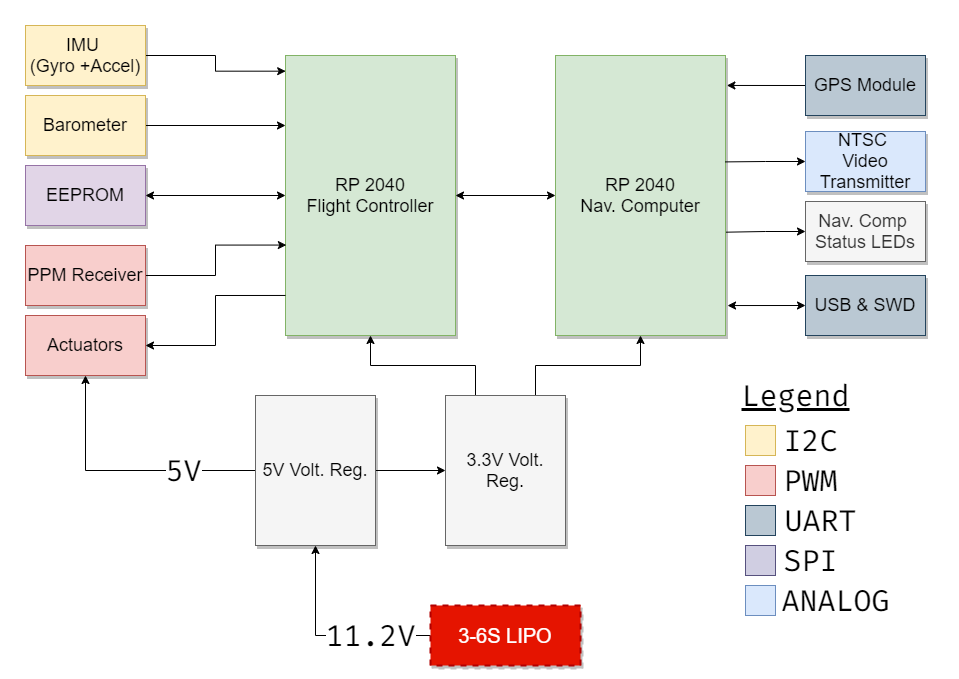
Before: my-website/docs/Hermes-rev1/_imgs/hermes_block.png, a diagram exported from draw.io (RaymondBello/my-docs). Source tidied: cells renumbered, new cells last; positions are measured from the earlier drawing's top-left corner, leaving out a move shared by most shapes.
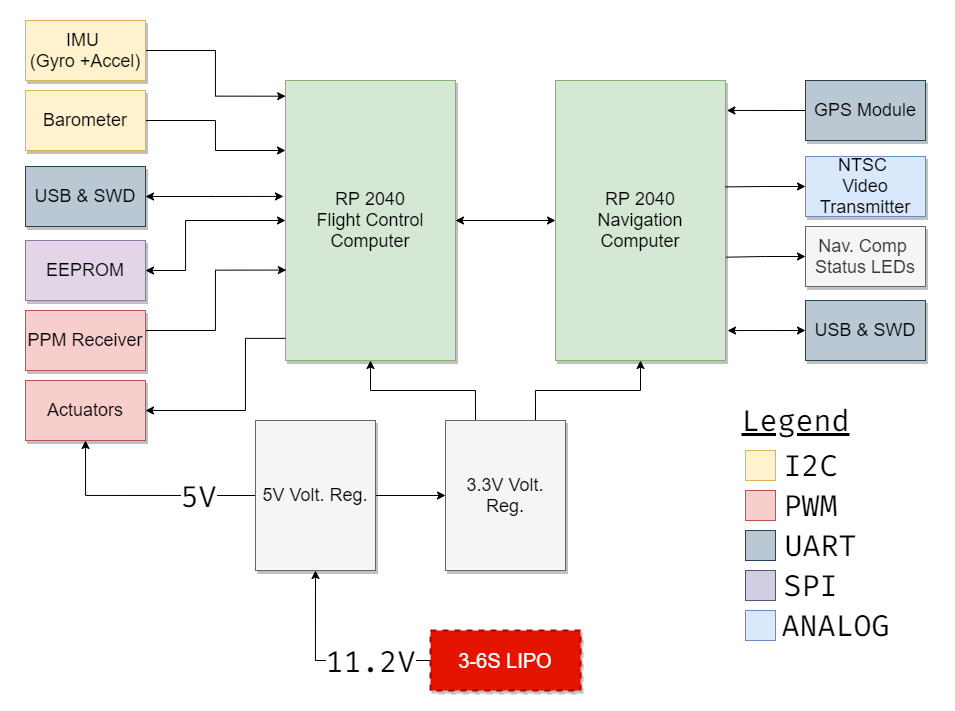
The same file after the commit.

The edit, as a diff of the source:
```diff
@@ -16,7 +16,7 @@
     <mxCell id="5" style="edgeStyle=orthogonalEdgeStyle;rounded=0;jettySize=auto;html=1;exitX=1;exitY=0.5;exitDx=0;exitDy=0;entryX=0;entryY=0.5;entryDx=0;entryDy=0;fontFamily=Fira Code;fontSource=https%3A%2F%2Ffonts.googleapis.com%2Fcss%3Ffamily%3DFira%2BCode;fontSize=30;startArrow=classic;startFill=1;endArrow=classic;endFill=1;strokeWidth=1;" parent="1" edge="1" source="6" target="19">
       <mxGeometry relative="1" as="geometry" />
     </mxCell>
-    <mxCell id="6" value="RP 2040&lt;br&gt;Flight Controller" style="whiteSpace=wrap;html=1;shadow=1;fontSize=18;fillColor=#d5e8d4;strokeColor=#82b366;" parent="1" vertex="1">
+    <mxCell id="6" value="RP 2040&lt;br&gt;Flight Control Computer" style="whiteSpace=wrap;html=1;shadow=1;fontSize=18;fillColor=#d5e8d4;strokeColor=#82b366;" parent="1" vertex="1">
       <mxGeometry x="260" y="30" width="170" height="280" as="geometry" />
     </mxCell>
     <mxCell id="7" style="edgeStyle=orthogonalEdgeStyle;rounded=0;jettySize=auto;html=1;exitX=0;exitY=0.5;exitDx=0;exitDy=0;entryX=1.008;entryY=0.107;entryDx=0;entryDy=0;entryPerimeter=0;fontFamily=Fira Code;fontSource=https%3A%2F%2Ffonts.googleapis.com%2Fcss%3Ffamily%3DFira%2BCode;fontSize=30;startArrow=none;startFill=0;endArrow=classic;endFill=1;strokeWidth=1;" parent="1" edge="1" source="8" target="19">
@@ -26,16 +26,21 @@
       <mxGeometry x="780" y="30" width="120" height="60" as="geometry" />
     </mxCell>
     <mxCell id="9" style="edgeStyle=orthogonalEdgeStyle;rounded=0;jettySize=auto;html=1;exitX=1;exitY=0.5;exitDx=0;exitDy=0;entryX=0;entryY=0.5;entryDx=0;entryDy=0;startArrow=classic;startFill=1;" parent="1" edge="1" source="10" target="6">
-      <mxGeometry relative="1" as="geometry" />
+      <mxGeometry relative="1" as="geometry">
+        <Array as="points">
+          <mxPoint x="160" y="220" />
+          <mxPoint x="160" y="170" />
+        </Array>
+      </mxGeometry>
     </mxCell>
     <mxCell id="10" value="EEPROM" style="whiteSpace=wrap;html=1;shadow=1;fontSize=18;fillColor=#e1d5e7;strokeColor=#9673a6;" parent="1" vertex="1">
-      <mxGeometry y="140" width="120" height="60" as="geometry" />
+      <mxGeometry y="190" width="120" height="60" as="geometry" />
     </mxCell>
     <mxCell id="11" style="edgeStyle=orthogonalEdgeStyle;rounded=0;jettySize=auto;html=1;entryX=0;entryY=0.25;entryDx=0;entryDy=0;" parent="1" edge="1" source="12" target="6">
       <mxGeometry relative="1" as="geometry" />
     </mxCell>
     <mxCell id="12" value="Barometer" style="whiteSpace=wrap;html=1;shadow=1;fontSize=18;fillColor=#fff2cc;strokeColor=#d6b656;" parent="1" vertex="1">
-      <mxGeometry y="70" width="120" height="60" as="geometry" />
+      <mxGeometry y="40" width="120" height="60" as="geometry" />
     </mxCell>
     <mxCell id="13" style="edgeStyle=orthogonalEdgeStyle;rounded=0;jettySize=auto;html=1;exitX=0;exitY=0.5;exitDx=0;exitDy=0;entryX=0.5;entryY=1;entryDx=0;entryDy=0;startArrow=none;startFill=0;strokeWidth=1;" parent="1" edge="1" source="16" target="27">
       <mxGeometry relative="1" as="geometry" />
@@ -55,9 +60,9 @@
       <mxGeometry relative="1" as="geometry" />
     </mxCell>
     <mxCell id="18" value="IMU &lt;br&gt;(Gyro +Accel)" style="whiteSpace=wrap;html=1;shadow=1;fontSize=18;fillColor=#fff2cc;strokeColor=#d6b656;" parent="1" vertex="1">
-      <mxGeometry width="120" height="60" as="geometry" />
+      <mxGeometry y="-30" width="120" height="60" as="geometry" />
     </mxCell>
-    <mxCell id="19" value="RP 2040&lt;br&gt;Nav. Computer" style="whiteSpace=wrap;html=1;shadow=1;fontSize=18;fillColor=#d5e8d4;strokeColor=#82b366;" parent="1" vertex="1">
+    <mxCell id="19" value="RP 2040&lt;br&gt;Navigation Computer" style="whiteSpace=wrap;html=1;shadow=1;fontSize=18;fillColor=#d5e8d4;strokeColor=#82b366;" parent="1" vertex="1">
       <mxGeometry x="530" y="30" width="170" height="280" as="geometry" />
     </mxCell>
     <mxCell id="20" style="edgeStyle=orthogonalEdgeStyle;rounded=0;jettySize=auto;html=1;exitX=0;exitY=0.5;exitDx=0;exitDy=0;entryX=0.999;entryY=0.38;entryDx=0;entryDy=0;entryPerimeter=0;fontFamily=Fira Code;fontSource=https%3A%2F%2Ffonts.googleapis.com%2Fcss%3Ffamily%3DFira%2BCode;fontSize=30;startArrow=classic;startFill=1;endArrow=none;endFill=0;strokeWidth=1;" parent="1" edge="1" source="21" target="19">
@@ -78,11 +83,16 @@
     <mxCell id="25" value="USB &amp;amp; SWD" style="whiteSpace=wrap;html=1;shadow=1;fontSize=18;fillColor=#bac8d3;strokeColor=#23445d;" parent="1" vertex="1">
       <mxGeometry x="780" y="250" width="120" height="60" as="geometry" />
     </mxCell>
-    <mxCell id="26" style="edgeStyle=orthogonalEdgeStyle;rounded=0;jettySize=auto;html=1;exitX=1;exitY=0.5;exitDx=0;exitDy=0;entryX=0;entryY=0.857;entryDx=0;entryDy=0;entryPerimeter=0;fontFamily=Fira Code;fontSource=https%3A%2F%2Ffonts.googleapis.com%2Fcss%3Ffamily%3DFira%2BCode;fontSize=30;startArrow=classic;startFill=1;strokeWidth=1;endArrow=none;endFill=0;" parent="1" edge="1" source="27" target="6">
-      <mxGeometry relative="1" as="geometry" />
+    <mxCell id="26" style="edgeStyle=orthogonalEdgeStyle;rounded=0;jettySize=auto;html=1;exitX=1;exitY=0.5;exitDx=0;exitDy=0;entryX=0;entryY=0.921;entryDx=0;entryDy=0;entryPerimeter=0;startArrow=classic;startFill=1;endArrow=none;endFill=0;" parent="1" edge="1" source="27" target="6">
+      <mxGeometry relative="1" as="geometry">
+        <Array as="points">
+          <mxPoint x="220" y="360" />
+          <mxPoint x="220" y="288" />
+        </Array>
+      </mxGeometry>
     </mxCell>
     <mxCell id="27" value="Actuators" style="whiteSpace=wrap;html=1;shadow=1;fontSize=18;fillColor=#f8cecc;strokeColor=#b85450;" parent="1" vertex="1">
-      <mxGeometry y="290" width="120" height="60" as="geometry" />
+      <mxGeometry y="330" width="120" height="60" as="geometry" />
     </mxCell>
     <mxCell id="28" style="edgeStyle=orthogonalEdgeStyle;rounded=0;jettySize=auto;html=1;exitX=0.75;exitY=0;exitDx=0;exitDy=0;entryX=0.5;entryY=1;entryDx=0;entryDy=0;startArrow=none;startFill=0;" parent="1" edge="1" source="30" target="19">
       <mxGeometry relative="1" as="geometry" />
@@ -94,10 +104,16 @@
       <mxGeometry x="420" y="370" width="120" height="150" as="geometry" />
     </mxCell>
     <mxCell id="31" style="edgeStyle=orthogonalEdgeStyle;rounded=0;jettySize=auto;html=1;exitX=1;exitY=0.5;exitDx=0;exitDy=0;entryX=0.005;entryY=0.677;entryDx=0;entryDy=0;entryPerimeter=0;fontFamily=Fira Code;fontSource=https%3A%2F%2Ffonts.googleapis.com%2Fcss%3Ffamily%3DFira%2BCode;fontSize=30;startArrow=none;startFill=0;strokeWidth=1;" parent="1" edge="1" source="32" target="6">
-      <mxGeometry relative="1" as="geometry" />
+      <mxGeometry relative="1" as="geometry">
+        <Array as="points">
+          <mxPoint x="120" y="280" />
+          <mxPoint x="190" y="280" />
+          <mxPoint x="190" y="220" />
+        </Array>
+      </mxGeometry>
     </mxCell>
     <mxCell id="32" value="PPM Receiver" style="whiteSpace=wrap;html=1;shadow=1;fontSize=18;fillColor=#f8cecc;strokeColor=#b85450;" parent="1" vertex="1">
-      <mxGeometry y="220" width="120" height="60" as="geometry" />
+      <mxGeometry y="260" width="120" height="60" as="geometry" />
     </mxCell>
     <mxCell id="33" style="whiteSpace=wrap;html=1;fontFamily=Fira Code;fontSource=https%3A%2F%2Ffonts.googleapis.com%2Fcss%3Ffamily%3DFira%2BCode;fontSize=30;fillColor=#fff2cc;strokeColor=#d6b656;" parent="1" vertex="1">
       <mxGeometry x="720" y="400" width="30" height="30" as="geometry" />
@@ -132,5 +148,11 @@
     <mxCell id="43" value="ANALOG" style="text;html=1;align=center;verticalAlign=middle;strokeColor=none;fontSize=30;fontFamily=Fira Code;" parent="1" vertex="1">
       <mxGeometry x="750" y="555" width="120" height="40" as="geometry" />
     </mxCell>
+    <mxCell id="44" style="edgeStyle=orthogonalEdgeStyle;rounded=0;jettySize=auto;html=1;exitX=1;exitY=0.5;exitDx=0;exitDy=0;entryX=-0.012;entryY=0.414;entryDx=0;entryDy=0;entryPerimeter=0;startArrow=classic;startFill=1;endArrow=classic;endFill=1;" parent="1" edge="1" source="45" target="6">
+      <mxGeometry relative="1" as="geometry" />
+    </mxCell>
+    <mxCell id="45" value="USB &amp;amp; SWD" style="whiteSpace=wrap;html=1;shadow=1;fontSize=18;fillColor=#bac8d3;strokeColor=#23445d;" parent="1" vertex="1">
+      <mxGeometry y="116" width="120" height="60" as="geometry" />
+    </mxCell>
   </root>
 </mxGraphModel>
```
